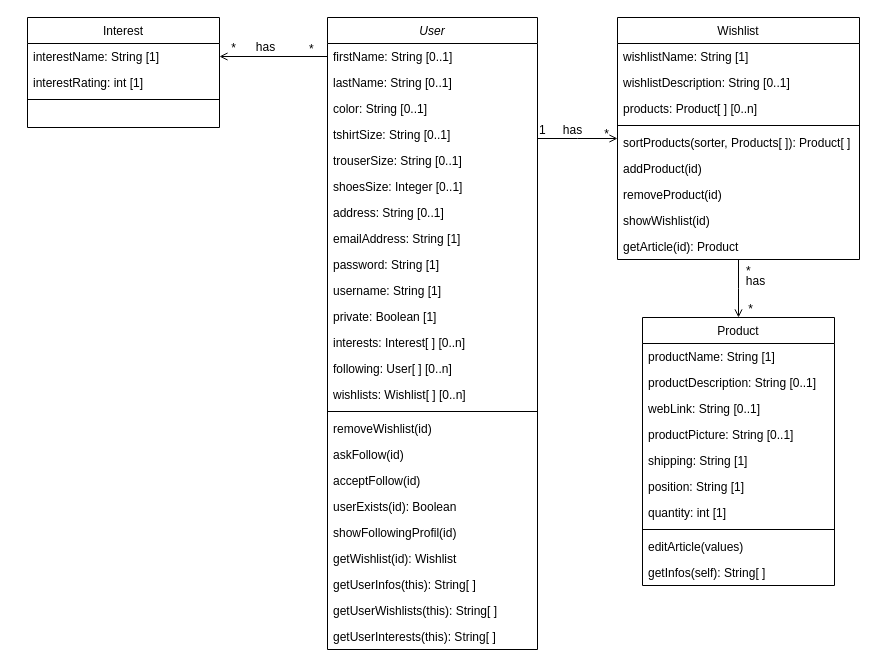
NNepper/LSINF1225-2020-GroupeL1.1-WishList keeps this draw.io diagram as Diagrammes/ClassDiagram.drawio. Above is the earlier version. Source tidied: cells renumbered, new cells numbered last; positions are measured from the earlier drawing's top-left corner, leaving out a move shared by most shapes. Both pictures are drawn from the tidied source at 100%, with x=0, y=0 at pixel (27, 17).
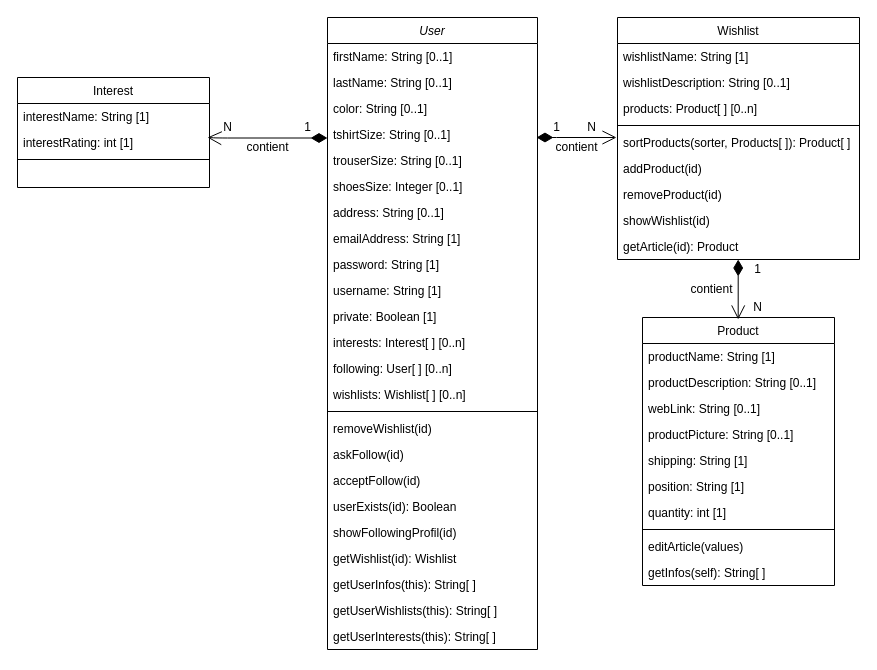
Above is the later version.

Unchanged cells that the change refers to:
```xml
<mxCell id="2" value="User" style="swimlane;fontStyle=2;align=center;verticalAlign=top;horizontal=1;startSize=26;rounded=0;shadow=0;strokeWidth=1;" parent="1" vertex="1">
  <mxGeometry x="300" width="210" height="632" as="geometry" />
</mxCell>
<mxCell id="3" value="firstName: String [0..1]" style="text;align=left;verticalAlign=top;spacingLeft=4;spacingRight=4;overflow=hidden;points=[[0,0.5],[1,0.5]];portConstraint=eastwest;" parent="2" vertex="1">
  <mxGeometry y="26" width="210" height="26" as="geometry" />
</mxCell>
<mxCell id="43" value="Wishlist" style="swimlane;fontStyle=0;align=center;verticalAlign=top;horizontal=1;startSize=26;rounded=0;shadow=0;strokeWidth=1;" parent="1" vertex="1">
  <mxGeometry x="590" width="242" height="242" as="geometry" />
</mxCell>
<mxCell id="53" value="Product" style="swimlane;fontStyle=0;align=center;verticalAlign=top;horizontal=1;startSize=26;rounded=0;shadow=0;strokeWidth=1;" parent="1" vertex="1">
  <mxGeometry x="615" y="300" width="192" height="268" as="geometry" />
</mxCell>
```

What changed in the source:
```diff
@@
-    <mxCell id="27" style="endArrow=open;shadow=0;strokeWidth=1;strokeColor=#000000;rounded=0;endFill=1;edgeStyle=elbowEdgeStyle;elbow=vertical;" parent="1" edge="1" source="2" target="43">
-      <mxGeometry x="0.5" y="41" relative="1" as="geometry">
-        <mxPoint x="-40" y="32" as="offset" />
-      </mxGeometry>
-    </mxCell>
-    <mxCell id="28" value="1" style="align=left;verticalAlign=bottom;labelBackgroundColor=none;fontSize=12;" parent="27" vertex="1">
-      <mxGeometry x="-1" relative="1" as="geometry" />
-    </mxCell>
-    <mxCell id="29" value="*" style="align=right;verticalAlign=bottom;labelBackgroundColor=none;fontSize=12;" parent="27" vertex="1">
-      <mxGeometry x="1" relative="1" as="geometry">
-        <mxPoint x="-7" y="4" as="offset" />
-      </mxGeometry>
-    </mxCell>
-    <mxCell id="30" value="has" style="text;html=1;align=center;verticalAlign=middle;labelBackgroundColor=none;rounded=0;shadow=0;strokeWidth=1;fontSize=12;" parent="27" vertex="1">
-      <mxGeometry x="0.5" y="49" relative="1" as="geometry">
-        <mxPoint x="-26" y="40" as="offset" />
-      </mxGeometry>
-    </mxCell>
-    <mxCell id="31" style="endArrow=open;shadow=0;strokeWidth=1;strokeColor=#000000;rounded=0;endFill=1;edgeStyle=elbowEdgeStyle;elbow=vertical;entryX=0.5;entryY=0;entryDx=0;entryDy=0;exitX=0.5;exitY=1;exitDx=0;exitDy=0;" parent="1" edge="1" source="43" target="53">
-      <mxGeometry x="0.5" y="41" relative="1" as="geometry">
-        <mxPoint x="-40" y="32" as="offset" />
-      </mxGeometry>
-    </mxCell>
-    <mxCell id="32" value="*" style="align=left;verticalAlign=bottom;labelBackgroundColor=none;fontSize=12;" parent="31" vertex="1">
-      <mxGeometry x="-1" relative="1" as="geometry">
-        <mxPoint x="6" y="20" as="offset" />
-      </mxGeometry>
-    </mxCell>
-    <mxCell id="33" value="*" style="align=right;verticalAlign=bottom;labelBackgroundColor=none;fontSize=12;" parent="31" vertex="1">
-      <mxGeometry x="1" relative="1" as="geometry">
-        <mxPoint x="16" y="-0.3" as="offset" />
-      </mxGeometry>
-    </mxCell>
-    <mxCell id="34" value="has" style="text;html=1;align=center;verticalAlign=middle;labelBackgroundColor=none;rounded=0;shadow=0;strokeWidth=1;fontSize=12;" parent="31" vertex="1">
-      <mxGeometry x="0.5" y="49" relative="1" as="geometry">
-        <mxPoint x="-33" y="-23" as="offset" />
-      </mxGeometry>
-    </mxCell>
-    <mxCell id="35" style="endArrow=open;shadow=0;strokeWidth=1;strokeColor=#000000;rounded=0;endFill=1;edgeStyle=elbowEdgeStyle;elbow=vertical;entryX=1;entryY=0.5;entryDx=0;entryDy=0;exitX=0;exitY=0.5;exitDx=0;exitDy=0;" parent="1" edge="1" source="3" target="40">
-      <mxGeometry x="0.5" y="41" relative="1" as="geometry">
-        <mxPoint x="-40" y="32" as="offset" />
-      </mxGeometry>
-    </mxCell>
-    <mxCell id="36" value="*" style="align=left;verticalAlign=bottom;labelBackgroundColor=none;fontSize=12;" parent="35" vertex="1">
-      <mxGeometry x="-1" relative="1" as="geometry">
-        <mxPoint x="-20" y="1" as="offset" />
-      </mxGeometry>
-    </mxCell>
-    <mxCell id="37" value="*" style="align=right;verticalAlign=bottom;labelBackgroundColor=none;fontSize=12;" parent="35" vertex="1">
-      <mxGeometry x="1" relative="1" as="geometry">
-        <mxPoint x="18" y="0.4" as="offset" />
-      </mxGeometry>
-    </mxCell>
-    <mxCell id="38" value="has" style="text;html=1;align=center;verticalAlign=middle;labelBackgroundColor=none;rounded=0;shadow=0;strokeWidth=1;fontSize=12;" parent="35" vertex="1">
-      <mxGeometry x="0.5" y="49" relative="1" as="geometry">
-        <mxPoint x="18.6" y="-58.3" as="offset" />
-      </mxGeometry>
-    </mxCell>
-    <mxCell id="39" value="Interest" style="swimlane;fontStyle=0;align=center;verticalAlign=top;horizontal=1;startSize=26;rounded=0;shadow=0;strokeWidth=1;" parent="1" vertex="1">
-      <mxGeometry width="192" height="110" as="geometry" />
-    </mxCell>
-    <mxCell id="40" value="interestName: String [1]" style="text;align=left;verticalAlign=top;spacingLeft=4;spacingRight=4;overflow=hidden;points=[[0,0.5],[1,0.5]];portConstraint=eastwest;" parent="39" vertex="1">
-      <mxGeometry y="26" width="192" height="26" as="geometry" />
-    </mxCell>
-    <mxCell id="41" value="interestRating: int [1]" style="text;align=left;verticalAlign=top;spacingLeft=4;spacingRight=4;overflow=hidden;" parent="39" vertex="1">
-      <mxGeometry y="52" width="192" height="26" as="geometry" />
-    </mxCell>
-    <mxCell id="42" style="line;html=1;strokeWidth=1;align=left;verticalAlign=middle;spacingTop=-1;spacingLeft=3;spacingRight=3;labelPosition=right;" parent="39" vertex="1">
-      <mxGeometry y="78" width="192" height="8" as="geometry" />
-    </mxCell>
@@
+    <mxCell id="64" style="endArrow=open;html=1;endSize=12;startArrow=diamondThin;startSize=14;startFill=1;edgeStyle=orthogonalEdgeStyle;align=left;verticalAlign=bottom;" parent="1" edge="1">
+      <mxGeometry x="-1" y="3" relative="1" as="geometry">
+        <mxPoint x="300" y="120.5" as="sourcePoint" />
+        <mxPoint x="180" y="120" as="targetPoint" />
+        <Array as="points">
+          <mxPoint x="190" y="120.5" />
+          <mxPoint x="190" y="120.5" />
+        </Array>
+      </mxGeometry>
+    </mxCell>
+    <mxCell id="39" value="Interest" style="swimlane;fontStyle=0;align=center;verticalAlign=top;horizontal=1;startSize=26;rounded=0;shadow=0;strokeWidth=1;" parent="1" vertex="1">
+      <mxGeometry x="-10" y="60" width="192" height="110" as="geometry" />
+    </mxCell>
+    <mxCell id="40" value="interestName: String [1]" style="text;align=left;verticalAlign=top;spacingLeft=4;spacingRight=4;overflow=hidden;points=[[0,0.5],[1,0.5]];portConstraint=eastwest;" parent="39" vertex="1">
+      <mxGeometry y="26" width="192" height="26" as="geometry" />
+    </mxCell>
+    <mxCell id="41" value="interestRating: int [1]" style="text;align=left;verticalAlign=top;spacingLeft=4;spacingRight=4;overflow=hidden;" parent="39" vertex="1">
+      <mxGeometry y="52" width="192" height="26" as="geometry" />
+    </mxCell>
+    <mxCell id="42" style="line;html=1;strokeWidth=1;align=left;verticalAlign=middle;spacingTop=-1;spacingLeft=3;spacingRight=3;labelPosition=right;" parent="39" vertex="1">
+      <mxGeometry y="78" width="192" height="8" as="geometry" />
+    </mxCell>
+    <mxCell id="65" value="N" style="text;html=1;align=center;verticalAlign=middle;" parent="1" vertex="1">
+      <mxGeometry x="190" y="100" width="20" height="20" as="geometry" />
+    </mxCell>
+    <mxCell id="66" value="1" style="text;html=1;align=center;verticalAlign=middle;" parent="1" vertex="1">
+      <mxGeometry x="270" y="100" width="20" height="20" as="geometry" />
+    </mxCell>
+    <mxCell id="67" value="contient" style="text;html=1;align=center;verticalAlign=middle;" parent="1" vertex="1">
+      <mxGeometry x="210" y="120" width="60" height="20" as="geometry" />
+    </mxCell>
+    <mxCell id="68" style="endArrow=open;html=1;endSize=12;startArrow=diamondThin;startSize=14;startFill=1;edgeStyle=orthogonalEdgeStyle;align=left;verticalAlign=bottom;" parent="1" edge="1">
+      <mxGeometry x="-1" y="3" relative="1" as="geometry">
+        <mxPoint x="509" y="120" as="sourcePoint" />
+        <mxPoint x="589" y="120" as="targetPoint" />
+        <Array as="points">
+          <mxPoint x="519" y="120" />
+          <mxPoint x="519" y="120" />
+        </Array>
+      </mxGeometry>
+    </mxCell>
+    <mxCell id="69" value="1" style="text;html=1;align=center;verticalAlign=middle;direction=north;" parent="1" vertex="1">
+      <mxGeometry x="519" y="100" width="20" height="20" as="geometry" />
+    </mxCell>
+    <mxCell id="70" value="N" style="text;html=1;align=center;verticalAlign=middle;direction=north;" parent="1" vertex="1">
+      <mxGeometry x="554" y="100" width="20" height="20" as="geometry" />
+    </mxCell>
+    <mxCell id="71" value="contient" style="text;html=1;align=center;verticalAlign=middle;direction=north;" parent="1" vertex="1">
+      <mxGeometry x="539" y="100" width="20" height="60" as="geometry" />
+    </mxCell>
+    <mxCell id="72" style="endArrow=open;html=1;endSize=12;startArrow=diamondThin;startSize=14;startFill=1;edgeStyle=orthogonalEdgeStyle;align=left;verticalAlign=bottom;" parent="1" edge="1">
+      <mxGeometry x="-1" y="3" relative="1" as="geometry">
+        <mxPoint x="710.7" y="242" as="sourcePoint" />
+        <mxPoint x="710.7" y="302" as="targetPoint" />
+      </mxGeometry>
+    </mxCell>
+    <mxCell id="73" value="1" style="text;html=1;align=center;verticalAlign=middle;" parent="1" vertex="1">
+      <mxGeometry x="720" y="242" width="20" height="20" as="geometry" />
+    </mxCell>
+    <mxCell id="74" value="N" style="text;html=1;align=center;verticalAlign=middle;" parent="1" vertex="1">
+      <mxGeometry x="720" y="280" width="20" height="20" as="geometry" />
+    </mxCell>
+    <mxCell id="75" value="contient" style="text;html=1;align=center;verticalAlign=middle;" parent="1" vertex="1">
+      <mxGeometry x="654" y="262" width="60" height="20" as="geometry" />
+    </mxCell>
```
